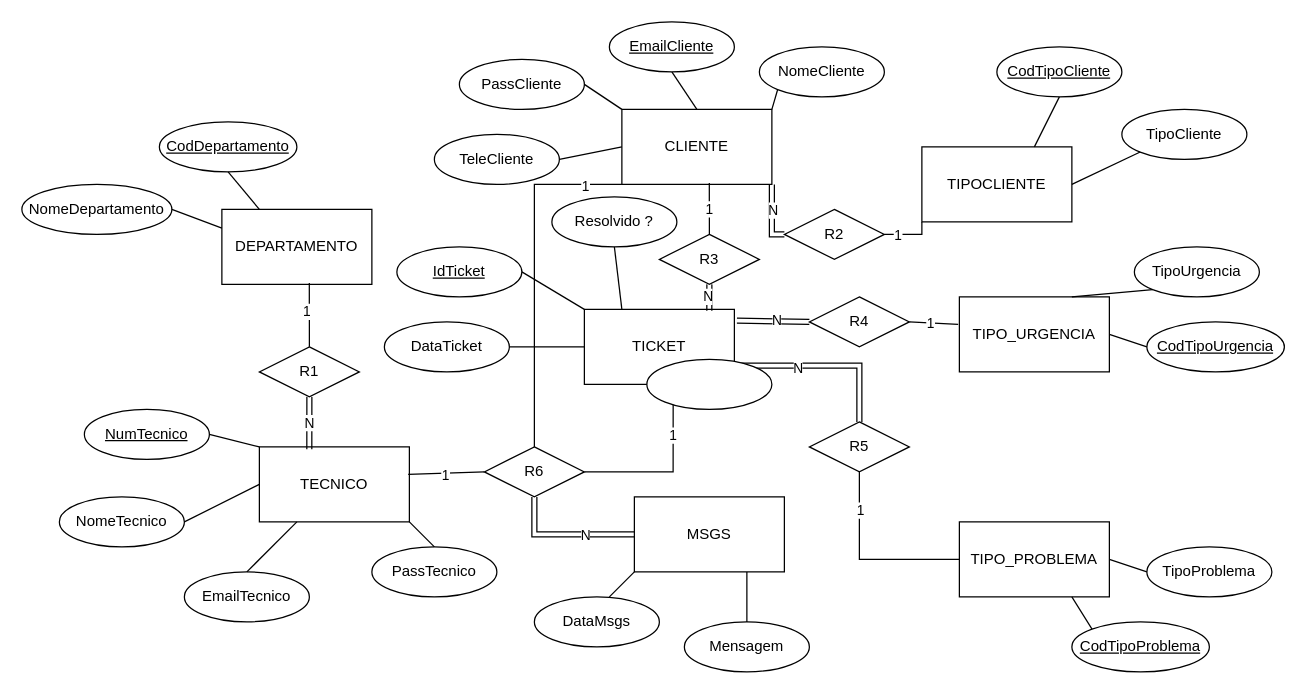
Earlier version of the draw.io diagram SistemaTicket-ModeloER.drawio (HenriqueINA/An-lise-de-Sistemas). Source tidied: cells renumbered, new cells numbered last; positions are measured from the earlier drawing's top-left corner, leaving out a move shared by most shapes. Both pictures are drawn from the tidied source at 125%, with x=0, y=0 at pixel (21, 21).
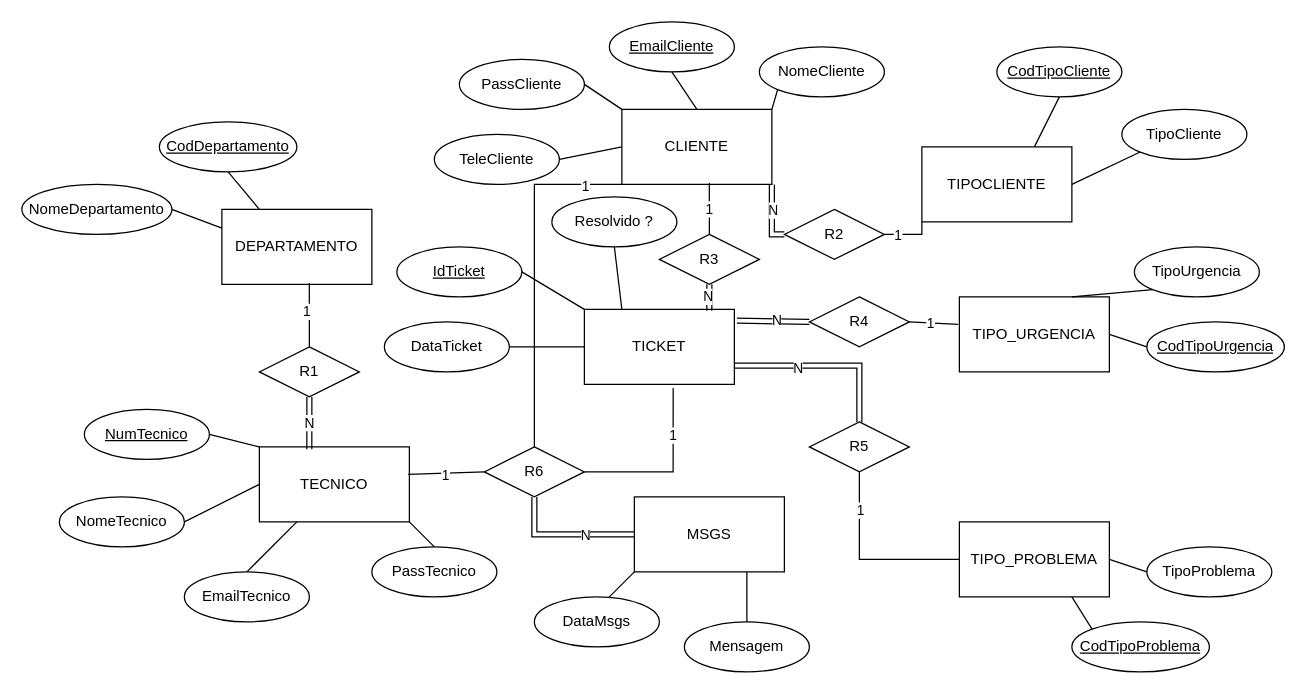
The same diagram, later.

Change to the diagram source:
```diff
@@
-    <mxCell id="85" style="ellipse;whiteSpace=wrap;html=1;align=center;" parent="1" vertex="1">
-      <mxGeometry x="500" y="270" width="100" height="40" as="geometry" />
-    </mxCell>
```
